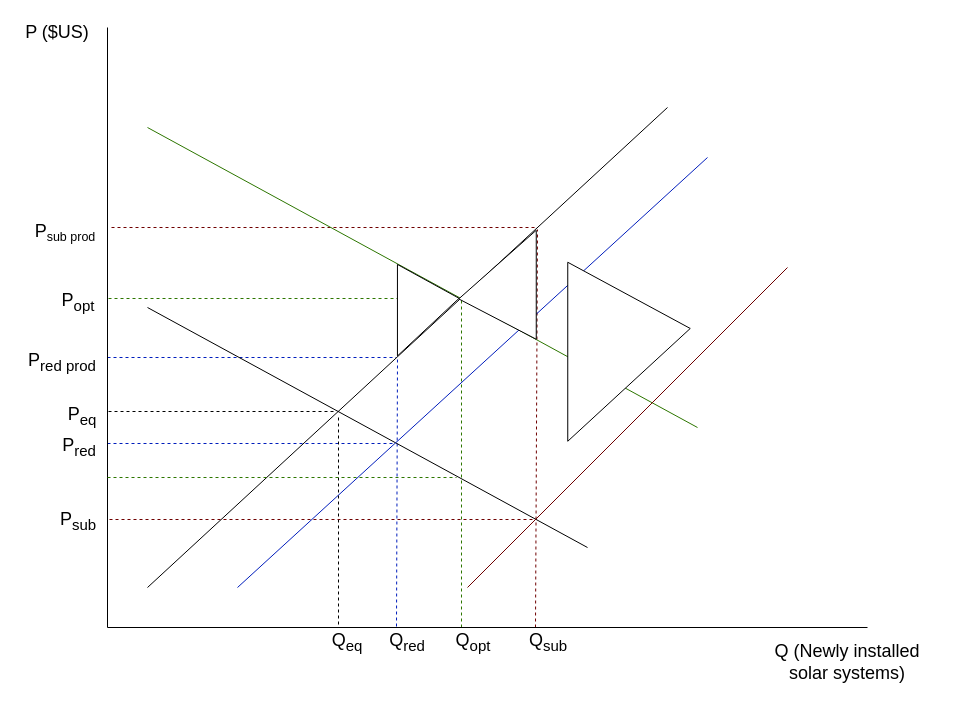
Before: Diagramma bez .drawio in MareksNo/Chat-Application, a draw.io diagram. Source tidied: cells renumbered, new cells numbered last; positions are measured from the earlier drawing's top-left corner, leaving out a move shared by most shapes. Both pictures are drawn from the tidied source at 100%, with x=0, y=0 at pixel (17, 17).
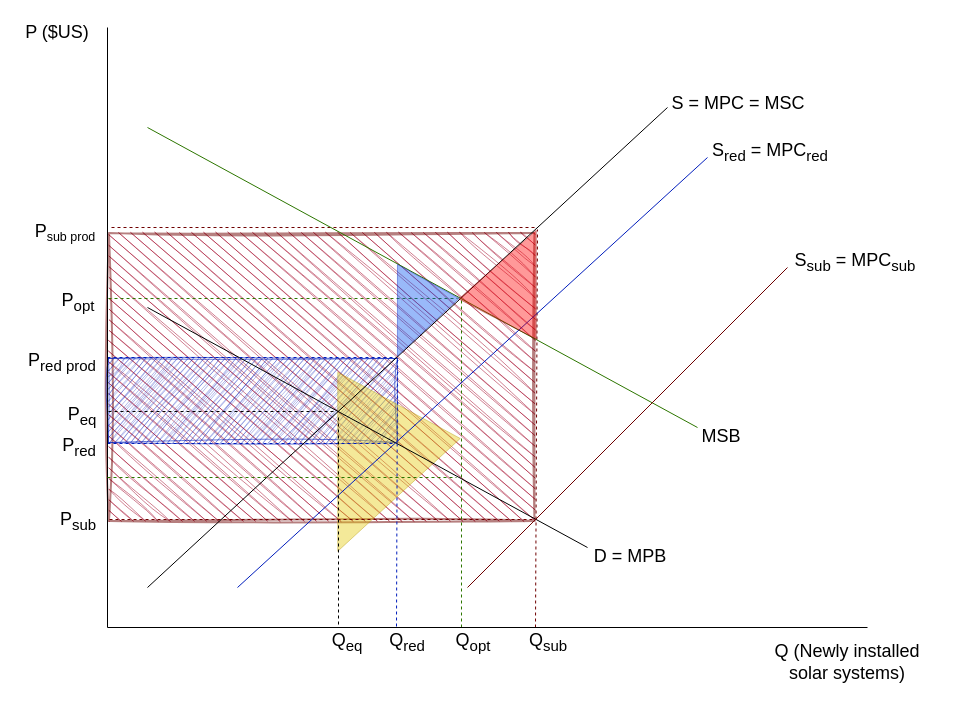
Above is the later version.

Change to the diagram source:
```diff
@@
-<mxGraphModel>
+<mxGraphModel background="#ffffff">
@@
+    <mxCell id="36" style="rounded=0;whiteSpace=wrap;html=1;opacity=50;fillColor=#a20025;fontColor=#ffffff;strokeColor=#6F0000;rotation=-90;fillStyle=hatch;strokeWidth=2;sketch=1;curveFitting=1;jiggle=2;" parent="1" vertex="1">
+      <mxGeometry x="160.2" y="146.8" width="288" height="425.5" as="geometry" />
+    </mxCell>
+    <mxCell id="37" style="rounded=0;whiteSpace=wrap;html=1;strokeColor=#001DBC;fillColor=#001DBC;opacity=60;glass=0;shadow=0;sketch=1;curveFitting=1;jiggle=2;perimeterSpacing=20;strokeWidth=1;" parent="1" vertex="1">
+      <mxGeometry x="91" y="341" width="289" height="84" as="geometry" />
+    </mxCell>
+    <mxCell id="33" style="verticalLabelPosition=bottom;verticalAlign=top;html=1;shape=mxgraph.basic.acute_triangle;dx=0.37;strokeColor=#B09500;fontFamily=Helvetica;fontSize=12;fontColor=#000000;fillColor=#e3c800;rotation=90;perimeter=none;opacity=40;perimeterSpacing=1;" parent="1" vertex="1">
+      <mxGeometry x="503.5" y="290.5" width="179" height="122.5" relative="1" as="geometry">
+        <mxPoint x="292" y="383" as="offset" />
+      </mxGeometry>
+    </mxCell>
+    <mxCell id="14" style="endArrow=none;html=1;rounded=0;strokeColor=#000000;" parent="1" edge="1">
+      <mxGeometry relative="1" as="geometry">
+        <mxPoint x="130" y="290" as="sourcePoint" />
+        <mxPoint x="570" y="530" as="targetPoint" />
+      </mxGeometry>
+    </mxCell>
@@
-    <mxCell id="9" style="endArrow=none;html=1;rounded=0;" parent="1" edge="1">
+    <mxCell id="9" style="endArrow=none;html=1;rounded=0;strokeColor=#000000;" parent="1" edge="1">
       <mxGeometry relative="1" as="geometry">
         <mxPoint x="90" y="610" as="sourcePoint" />
         <mxPoint x="90" y="10" as="targetPoint" />
       </mxGeometry>
     </mxCell>
-    <mxCell id="10" style="endArrow=none;html=1;rounded=0;" parent="1" edge="1">
+    <mxCell id="10" style="endArrow=none;html=1;rounded=0;strokeColor=#000000;" parent="1" edge="1">
       <mxGeometry relative="1" as="geometry">
         <mxPoint x="90" y="610" as="sourcePoint" />
         <mxPoint x="850" y="610" as="targetPoint" />
       </mxGeometry>
     </mxCell>
-    <mxCell id="11" value="&lt;font style=&quot;font-size: 18px;&quot;&gt;P ($US)&lt;/font&gt;" style="text;html=1;strokeColor=none;fillColor=none;align=center;verticalAlign=middle;whiteSpace=wrap;rounded=0;" parent="1" vertex="1">
+    <mxCell id="11" value="&lt;font style=&quot;font-size: 18px;&quot;&gt;P ($US)&lt;/font&gt;" style="text;html=1;strokeColor=none;fillColor=none;align=center;verticalAlign=middle;whiteSpace=wrap;rounded=0;fontColor=#000000;" parent="1" vertex="1">
       <mxGeometry width="80" height="30" as="geometry" />
     </mxCell>
-    <mxCell id="12" value="&lt;font style=&quot;font-size: 18px;&quot;&gt;Q (Newly installed solar systems)&lt;br&gt;&lt;/font&gt;" style="text;html=1;strokeColor=none;fillColor=none;align=center;verticalAlign=middle;whiteSpace=wrap;rounded=0;" parent="1" vertex="1">
+    <mxCell id="12" value="&lt;font style=&quot;font-size: 18px;&quot;&gt;Q (Newly installed solar systems)&lt;br&gt;&lt;/font&gt;" style="text;html=1;strokeColor=none;fillColor=none;align=center;verticalAlign=middle;whiteSpace=wrap;rounded=0;fontColor=#000000;" parent="1" vertex="1">
       <mxGeometry x="740" y="630" width="180" height="30" as="geometry" />
     </mxCell>
-    <mxCell id="13" style="endArrow=none;html=1;rounded=0;" parent="1" edge="1">
+    <mxCell id="13" style="endArrow=none;html=1;rounded=0;strokeColor=#000000;" parent="1" edge="1">
       <mxGeometry relative="1" as="geometry">
         <mxPoint x="130" y="570" as="sourcePoint" />
         <mxPoint x="650" y="90" as="targetPoint" />
       </mxGeometry>
     </mxCell>
-    <mxCell id="14" style="endArrow=none;html=1;rounded=0;" parent="1" edge="1">
-      <mxGeometry relative="1" as="geometry">
-        <mxPoint x="130" y="290" as="sourcePoint" />
-        <mxPoint x="570" y="530" as="targetPoint" />
-      </mxGeometry>
-    </mxCell>
@@
-    <mxCell id="18" style="endArrow=none;dashed=1;html=1;rounded=0;" parent="1" edge="1">
+    <mxCell id="18" style="endArrow=none;dashed=1;html=1;rounded=0;strokeColor=#000000;" parent="1" edge="1">
       <mxGeometry relative="1" as="geometry">
         <mxPoint x="321" y="400" as="sourcePoint" />
         <mxPoint x="321" y="610" as="targetPoint" />
       </mxGeometry>
     </mxCell>
-    <mxCell id="19" style="endArrow=none;dashed=1;html=1;rounded=0;" parent="1" edge="1">
+    <mxCell id="19" style="endArrow=none;dashed=1;html=1;rounded=0;strokeColor=#000000;" parent="1" edge="1">
       <mxGeometry relative="1" as="geometry">
         <mxPoint x="316" y="394" as="sourcePoint" />
         <mxPoint x="90" y="394" as="targetPoint" />
       </mxGeometry>
     </mxCell>
@@
-    <mxCell id="22" value="&lt;font style=&quot;font-size: 18px;&quot;&gt;P&lt;/font&gt;&lt;font style=&quot;font-size: 15px;&quot;&gt;&lt;sub&gt;sub prod&lt;/sub&gt;&lt;/font&gt;" style="text;html=1;strokeColor=none;fillColor=none;align=center;verticalAlign=middle;whiteSpace=wrap;rounded=0;" parent="1" vertex="1">
+    <mxCell id="22" value="&lt;font style=&quot;font-size: 18px;&quot;&gt;P&lt;/font&gt;&lt;font style=&quot;font-size: 15px;&quot;&gt;&lt;sub&gt;sub prod&lt;/sub&gt;&lt;/font&gt;" style="text;html=1;strokeColor=none;fillColor=none;align=center;verticalAlign=middle;whiteSpace=wrap;rounded=0;fontColor=#000000;" parent="1" vertex="1">
       <mxGeometry x="8" y="200" width="80" height="30" as="geometry" />
     </mxCell>
-    <mxCell id="23" value="&lt;span style=&quot;font-size: 18px;&quot;&gt;P&lt;sub&gt;opt&lt;/sub&gt;&lt;/span&gt;" style="text;html=1;strokeColor=none;fillColor=none;align=center;verticalAlign=middle;whiteSpace=wrap;rounded=0;" parent="1" vertex="1">
+    <mxCell id="23" value="&lt;span style=&quot;font-size: 18px;&quot;&gt;P&lt;sub&gt;opt&lt;/sub&gt;&lt;/span&gt;" style="text;html=1;strokeColor=none;fillColor=none;align=center;verticalAlign=middle;whiteSpace=wrap;rounded=0;fontColor=#000000;" parent="1" vertex="1">
       <mxGeometry x="21" y="270" width="80" height="30" as="geometry" />
     </mxCell>
-    <mxCell id="24" value="&lt;font style=&quot;font-size: 18px;&quot;&gt;P&lt;sub&gt;red prod&lt;/sub&gt;&lt;/font&gt;" style="text;html=1;strokeColor=none;fillColor=none;align=center;verticalAlign=middle;whiteSpace=wrap;rounded=0;" parent="1" vertex="1">
+    <mxCell id="24" value="&lt;font style=&quot;font-size: 18px;&quot;&gt;P&lt;sub&gt;red prod&lt;/sub&gt;&lt;/font&gt;" style="text;html=1;strokeColor=none;fillColor=none;align=center;verticalAlign=middle;whiteSpace=wrap;rounded=0;fontColor=#000000;" parent="1" vertex="1">
       <mxGeometry x="5" y="330" width="80" height="30" as="geometry" />
     </mxCell>
-    <mxCell id="25" value="&lt;font style=&quot;font-size: 18px;&quot;&gt;P&lt;sub&gt;red&lt;/sub&gt;&lt;/font&gt;" style="text;html=1;strokeColor=none;fillColor=none;align=center;verticalAlign=middle;whiteSpace=wrap;rounded=0;" parent="1" vertex="1">
+    <mxCell id="25" value="&lt;font style=&quot;font-size: 18px;&quot;&gt;P&lt;sub&gt;red&lt;/sub&gt;&lt;/font&gt;" style="text;html=1;strokeColor=none;fillColor=none;align=center;verticalAlign=middle;whiteSpace=wrap;rounded=0;fontColor=#000000;" parent="1" vertex="1">
       <mxGeometry x="22" y="415" width="80" height="30" as="geometry" />
     </mxCell>
@@
-    <mxCell id="27" value="&lt;font style=&quot;font-size: 18px;&quot;&gt;P&lt;sub&gt;sub&lt;/sub&gt;&lt;/font&gt;" style="text;html=1;strokeColor=none;fillColor=none;align=center;verticalAlign=middle;whiteSpace=wrap;rounded=0;" parent="1" vertex="1">
+    <mxCell id="27" value="&lt;font style=&quot;font-size: 18px;&quot;&gt;P&lt;sub&gt;sub&lt;/sub&gt;&lt;/font&gt;" style="text;html=1;strokeColor=none;fillColor=none;align=center;verticalAlign=middle;whiteSpace=wrap;rounded=0;fontColor=#000000;" parent="1" vertex="1">
       <mxGeometry x="21" y="489" width="80" height="30" as="geometry" />
     </mxCell>
-    <mxCell id="28" value="&lt;span style=&quot;font-size: 18px;&quot;&gt;P&lt;sub&gt;eq&lt;/sub&gt;&lt;/span&gt;" style="text;html=1;strokeColor=none;fillColor=none;align=center;verticalAlign=middle;whiteSpace=wrap;rounded=0;" parent="1" vertex="1">
+    <mxCell id="28" value="&lt;span style=&quot;font-size: 18px;&quot;&gt;P&lt;sub&gt;eq&lt;/sub&gt;&lt;/span&gt;" style="text;html=1;strokeColor=none;fillColor=none;align=center;verticalAlign=middle;whiteSpace=wrap;rounded=0;fontColor=#000000;" parent="1" vertex="1">
       <mxGeometry x="25" y="384" width="80" height="30" as="geometry" />
     </mxCell>
-    <mxCell id="29" value="&lt;span style=&quot;font-size: 18px;&quot;&gt;Q&lt;sub&gt;eq&lt;/sub&gt;&lt;/span&gt;" style="text;html=1;strokeColor=none;fillColor=none;align=center;verticalAlign=middle;whiteSpace=wrap;rounded=0;" parent="1" vertex="1">
+    <mxCell id="29" value="&lt;span style=&quot;font-size: 18px;&quot;&gt;Q&lt;sub&gt;eq&lt;/sub&gt;&lt;/span&gt;" style="text;html=1;strokeColor=none;fillColor=none;align=center;verticalAlign=middle;whiteSpace=wrap;rounded=0;fontColor=#000000;" parent="1" vertex="1">
       <mxGeometry x="290" y="610" width="80" height="30" as="geometry" />
     </mxCell>
-    <mxCell id="30" value="&lt;span style=&quot;font-size: 18px;&quot;&gt;Q&lt;sub&gt;red&lt;/sub&gt;&lt;/span&gt;" style="text;html=1;strokeColor=none;fillColor=none;align=center;verticalAlign=middle;whiteSpace=wrap;rounded=0;" parent="1" vertex="1">
+    <mxCell id="30" value="&lt;span style=&quot;font-size: 18px;&quot;&gt;Q&lt;sub&gt;red&lt;/sub&gt;&lt;/span&gt;" style="text;html=1;strokeColor=none;fillColor=none;align=center;verticalAlign=middle;whiteSpace=wrap;rounded=0;fontColor=#000000;" parent="1" vertex="1">
       <mxGeometry x="350" y="610" width="80" height="30" as="geometry" />
     </mxCell>
-    <mxCell id="31" value="&lt;span style=&quot;font-size: 18px;&quot;&gt;Q&lt;sub&gt;opt&lt;/sub&gt;&lt;/span&gt;" style="text;html=1;strokeColor=none;fillColor=none;align=center;verticalAlign=middle;whiteSpace=wrap;rounded=0;" parent="1" vertex="1">
+    <mxCell id="31" value="&lt;span style=&quot;font-size: 18px;&quot;&gt;Q&lt;sub&gt;opt&lt;/sub&gt;&lt;/span&gt;" style="text;html=1;strokeColor=none;fillColor=none;align=center;verticalAlign=middle;whiteSpace=wrap;rounded=0;fontColor=#000000;" parent="1" vertex="1">
       <mxGeometry x="416" y="610" width="80" height="30" as="geometry" />
     </mxCell>
-    <mxCell id="32" value="&lt;span style=&quot;font-size: 18px;&quot;&gt;Q&lt;sub&gt;sub&lt;/sub&gt;&lt;/span&gt;" style="text;html=1;strokeColor=none;fillColor=none;align=center;verticalAlign=middle;whiteSpace=wrap;rounded=0;" parent="1" vertex="1">
+    <mxCell id="32" value="&lt;span style=&quot;font-size: 18px;&quot;&gt;Q&lt;sub&gt;sub&lt;/sub&gt;&lt;/span&gt;" style="text;html=1;strokeColor=none;fillColor=none;align=center;verticalAlign=middle;whiteSpace=wrap;rounded=0;fontColor=#000000;" parent="1" vertex="1">
       <mxGeometry x="491" y="610" width="80" height="30" as="geometry" />
     </mxCell>
-    <mxCell id="33" style="verticalLabelPosition=bottom;verticalAlign=top;html=1;shape=mxgraph.basic.acute_triangle;dx=0.37;strokeColor=default;fontFamily=Helvetica;fontSize=12;fontColor=default;fillColor=default;rotation=90;perimeter=none;" parent="1" vertex="1">
-      <mxGeometry x="503.5" y="290.5" width="179" height="122.5" relative="1" as="geometry">
-        <mxPoint x="522" y="273" as="offset" />
-      </mxGeometry>
-    </mxCell>
-    <mxCell id="34" style="verticalLabelPosition=bottom;verticalAlign=top;html=1;shape=mxgraph.basic.acute_triangle;dx=0.37;strokeColor=default;fontFamily=Helvetica;fontSize=12;fontColor=default;fillColor=default;rotation=90;perimeter=none;" parent="1" vertex="1">
+    <mxCell id="34" style="verticalLabelPosition=bottom;verticalAlign=top;html=1;shape=mxgraph.basic.acute_triangle;dx=0.37;strokeColor=#001DBC;fontFamily=Helvetica;fontSize=12;fontColor=#ffffff;fillColor=#0050ef;rotation=90;perimeter=none;opacity=40;" parent="1" vertex="1">
       <mxGeometry x="365" y="261.9" width="91.5" height="61.6" as="geometry" />
     </mxCell>
-    <mxCell id="35" style="verticalLabelPosition=bottom;verticalAlign=top;html=1;shape=mxgraph.basic.acute_triangle;dx=0.37;strokeColor=default;fontFamily=Helvetica;fontSize=12;fontColor=default;fillColor=default;rotation=-90;perimeter=none;" parent="1" vertex="1">
+    <mxCell id="35" style="verticalLabelPosition=bottom;verticalAlign=top;html=1;shape=mxgraph.basic.acute_triangle;dx=0.37;strokeColor=#6F0000;fontFamily=Helvetica;fontSize=12;fontColor=#ffffff;fillColor=#FF0000;rotation=-90;perimeter=none;opacity=40;" parent="1" vertex="1">
       <mxGeometry x="425.5" y="228.5" width="109" height="77.5" as="geometry" />
     </mxCell>
+    <mxCell id="38" value="&lt;span style=&quot;font-size: 18px;&quot;&gt;S = MPC = MSC&lt;/span&gt;" style="text;html=1;strokeColor=none;fillColor=none;align=center;verticalAlign=middle;whiteSpace=wrap;rounded=0;fontColor=#000000;" parent="1" vertex="1">
+      <mxGeometry x="651" y="71" width="140" height="30" as="geometry" />
+    </mxCell>
+    <mxCell id="39" value="&lt;span style=&quot;font-size: 18px;&quot;&gt;S&lt;sub&gt;red&lt;/sub&gt; = MPC&lt;sub&gt;red&lt;/sub&gt;&lt;/span&gt;" style="text;html=1;strokeColor=none;fillColor=none;align=center;verticalAlign=middle;whiteSpace=wrap;rounded=0;fontColor=#000000;" parent="1" vertex="1">
+      <mxGeometry x="683" y="120" width="140" height="30" as="geometry" />
+    </mxCell>
+    <mxCell id="40" value="&lt;span style=&quot;font-size: 18px;&quot;&gt;S&lt;sub&gt;sub&lt;/sub&gt; = MPC&lt;sub&gt;sub&lt;/sub&gt;&lt;/span&gt;" style="text;html=1;strokeColor=none;fillColor=none;align=center;verticalAlign=middle;whiteSpace=wrap;rounded=0;fontColor=#000000;" parent="1" vertex="1">
+      <mxGeometry x="768" y="229.9" width="140" height="30" as="geometry" />
+    </mxCell>
+    <mxCell id="41" value="&lt;span style=&quot;font-size: 18px;&quot;&gt;MSB&lt;/span&gt;" style="text;html=1;strokeColor=none;fillColor=none;align=center;verticalAlign=middle;whiteSpace=wrap;rounded=0;fontColor=#000000;" parent="1" vertex="1">
+      <mxGeometry x="664" y="404" width="80" height="30" as="geometry" />
+    </mxCell>
+    <mxCell id="42" value="&lt;span style=&quot;font-size: 18px;&quot;&gt;D = MPB&lt;/span&gt;" style="text;html=1;strokeColor=none;fillColor=none;align=center;verticalAlign=middle;whiteSpace=wrap;rounded=0;fontColor=#000000;" parent="1" vertex="1">
+      <mxGeometry x="573" y="524" width="80" height="30" as="geometry" />
+    </mxCell>
```
